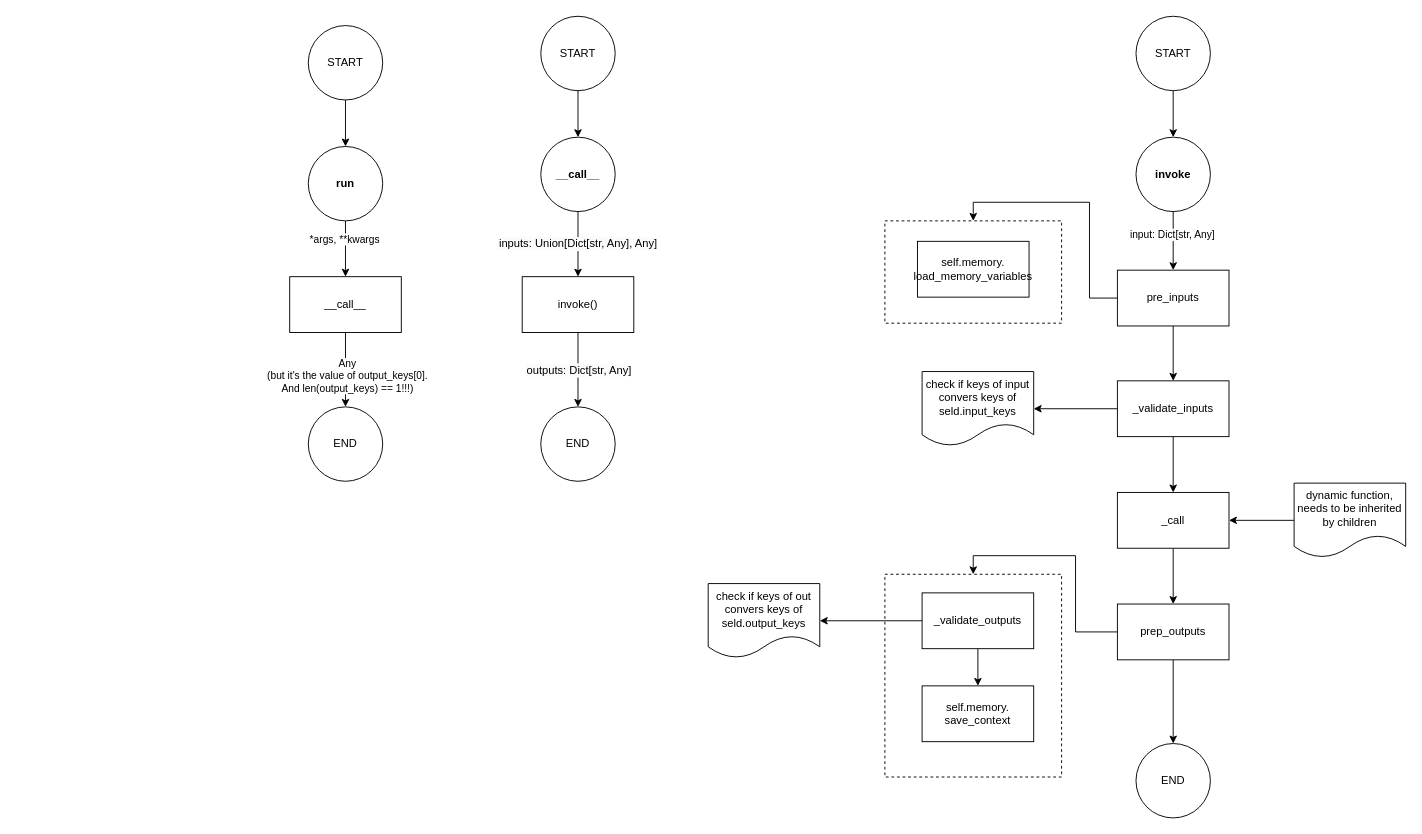
The draw.io diagram page "Chain Flow" (5 of 6) of LangChain_Notes.drawio in ooooona/toolkits, before the edit. Source tidied: cells renumbered, new cells numbered last; positions are measured from the earlier drawing's top-left corner, leaving out a move shared by most shapes. Both pictures are drawn from the tidied source at 93%, with x=0, y=0 at pixel (289, 16).
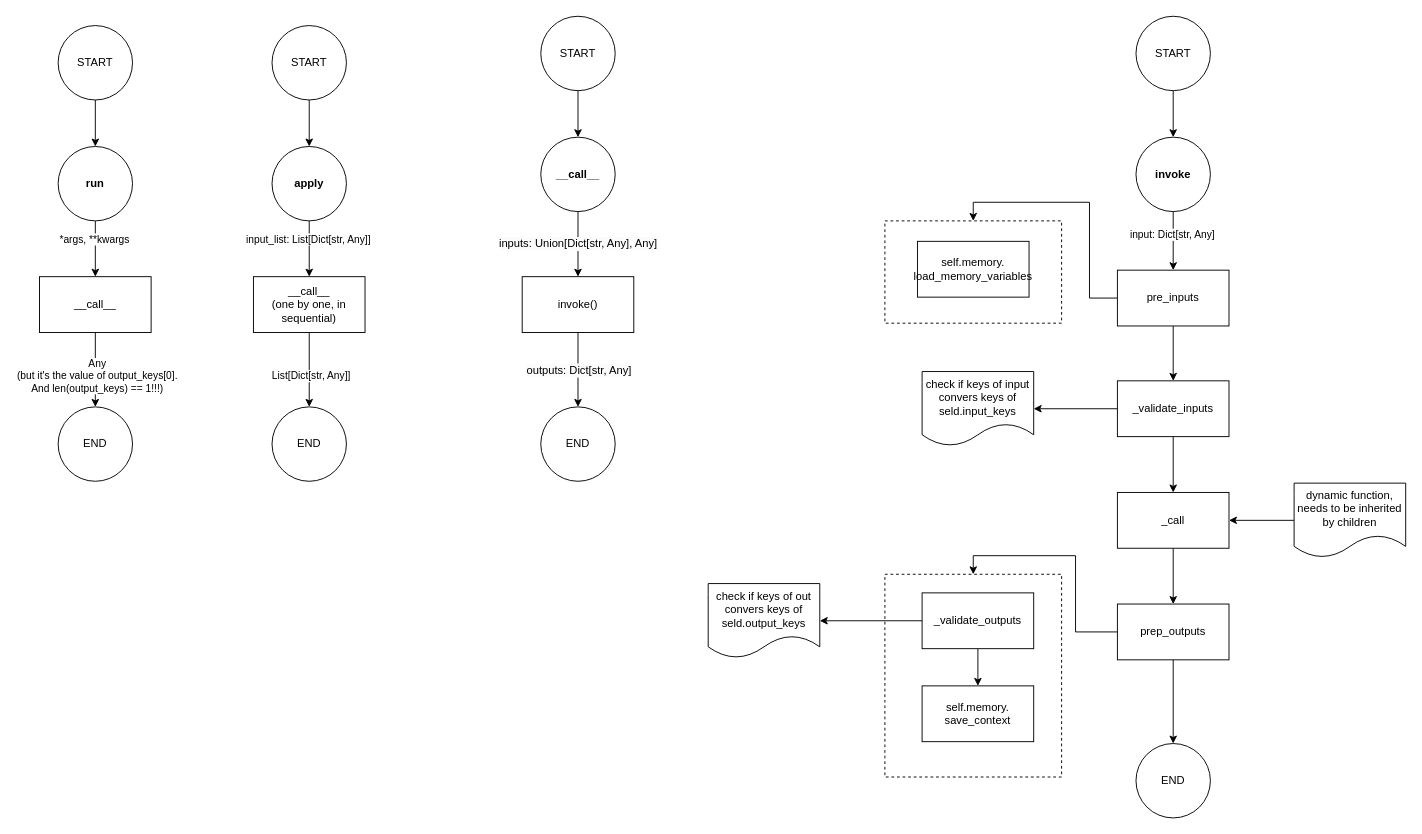
The same diagram, later.

Change to the diagram source:
```diff
@@
     <mxCell id="12" value="START" style="ellipse;whiteSpace=wrap;html=1;" parent="1" vertex="1">
-      <mxGeometry x="20" y="10" width="80" height="80" as="geometry" />
+      <mxGeometry x="-249" y="10" width="80" height="80" as="geometry" />
     </mxCell>
@@
     <mxCell id="15" value="&lt;b&gt;run&lt;/b&gt;" style="ellipse;whiteSpace=wrap;html=1;" parent="1" vertex="1">
-      <mxGeometry x="20" y="140" width="80" height="80" as="geometry" />
+      <mxGeometry x="-249" y="140" width="80" height="80" as="geometry" />
     </mxCell>
@@
     <mxCell id="18" value="__call__" style="rounded=0;whiteSpace=wrap;html=1;" parent="1" vertex="1">
-      <mxGeometry y="280" width="120" height="60" as="geometry" />
+      <mxGeometry x="-269" y="280" width="120" height="60" as="geometry" />
     </mxCell>
     <mxCell id="19" value="END" style="ellipse;whiteSpace=wrap;html=1;" parent="1" vertex="1">
-      <mxGeometry x="20" y="420" width="80" height="80" as="geometry" />
+      <mxGeometry x="-249" y="420" width="80" height="80" as="geometry" />
     </mxCell>
@@
+    <mxCell id="47" style="edgeStyle=orthogonalEdgeStyle;rounded=0;jettySize=auto;html=1;exitX=0.5;exitY=1;exitDx=0;exitDy=0;entryX=0.5;entryY=0;entryDx=0;entryDy=0;" parent="1" edge="1" source="48" target="51">
+      <mxGeometry relative="1" as="geometry" />
+    </mxCell>
+    <mxCell id="48" value="START" style="ellipse;whiteSpace=wrap;html=1;" parent="1" vertex="1">
+      <mxGeometry x="-19" y="10" width="80" height="80" as="geometry" />
+    </mxCell>
+    <mxCell id="49" style="edgeStyle=orthogonalEdgeStyle;rounded=0;jettySize=auto;html=1;exitX=0.5;exitY=1;exitDx=0;exitDy=0;entryX=0.5;entryY=0;entryDx=0;entryDy=0;" parent="1" edge="1" source="51" target="54">
+      <mxGeometry relative="1" as="geometry" />
+    </mxCell>
+    <mxCell id="50" value="input_list: List[Dict[str, Any]]" style="edgeLabel;html=1;align=center;verticalAlign=middle;" parent="49" vertex="1">
+      <mxGeometry x="-0.37" y="-2" relative="1" as="geometry" />
+    </mxCell>
+    <mxCell id="51" value="&lt;b&gt;apply&lt;/b&gt;" style="ellipse;whiteSpace=wrap;html=1;" parent="1" vertex="1">
+      <mxGeometry x="-19" y="140" width="80" height="80" as="geometry" />
+    </mxCell>
+    <mxCell id="52" style="edgeStyle=orthogonalEdgeStyle;rounded=0;jettySize=auto;html=1;exitX=0.5;exitY=1;exitDx=0;exitDy=0;entryX=0.5;entryY=0;entryDx=0;entryDy=0;" parent="1" edge="1" source="54" target="55">
+      <mxGeometry relative="1" as="geometry" />
+    </mxCell>
+    <mxCell id="53" value="List[Dict[str, Any]]" style="edgeLabel;html=1;align=center;verticalAlign=middle;" parent="52" vertex="1">
+      <mxGeometry x="0.15" y="1" relative="1" as="geometry" />
+    </mxCell>
+    <mxCell id="54" value="__call__&lt;div&gt;(one by one, in sequential)&lt;/div&gt;" style="rounded=0;whiteSpace=wrap;html=1;" parent="1" vertex="1">
+      <mxGeometry x="-39" y="280" width="120" height="60" as="geometry" />
+    </mxCell>
+    <mxCell id="55" value="END" style="ellipse;whiteSpace=wrap;html=1;" parent="1" vertex="1">
+      <mxGeometry x="-19" y="420" width="80" height="80" as="geometry" />
+    </mxCell>
```
